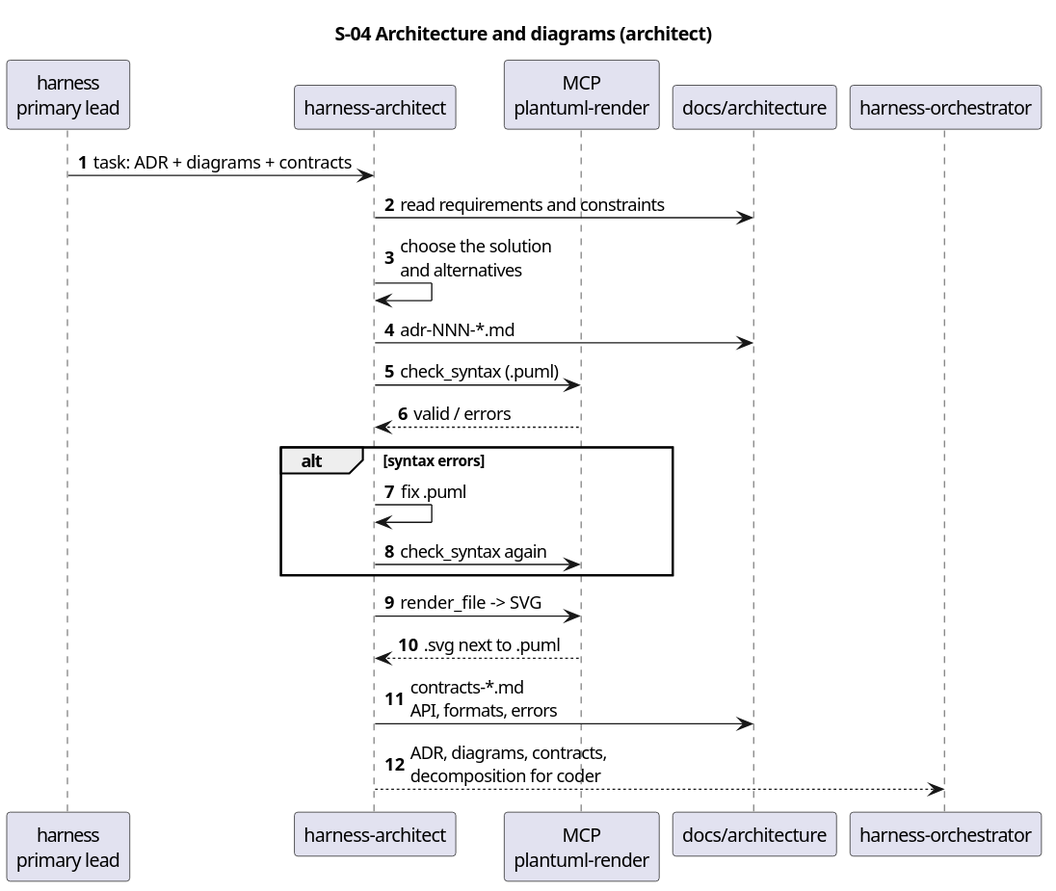
The PlantUML diagram docs/description/diagrams/seq-04-architect.svg in serge-sasov/harness, before a commit.
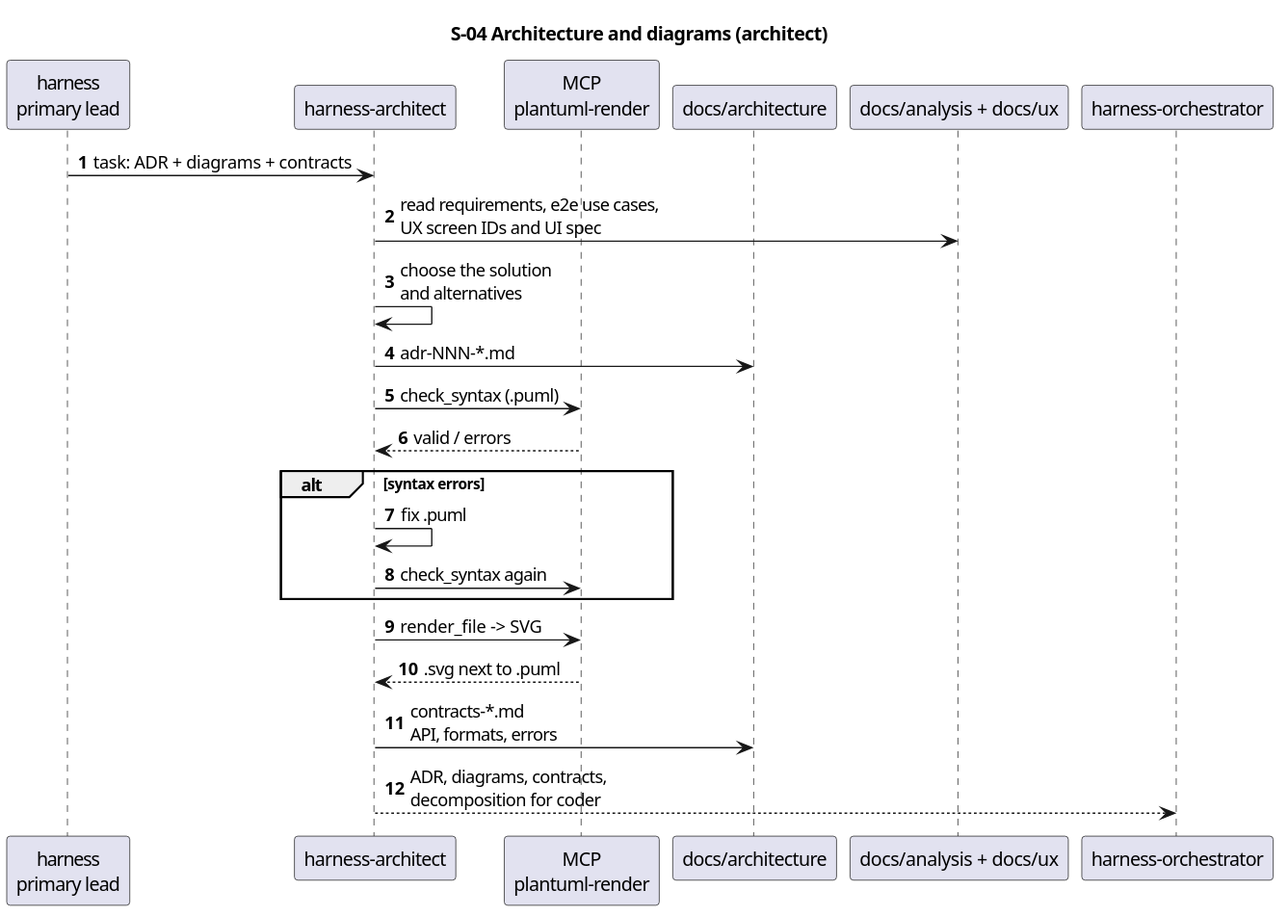
Above is the later version.

Diff of the diagram source:
```diff
@@ -7,10 +7,11 @@
 participant "harness-architect" as arch
 participant "MCP\nplantuml-render" as mcp
 participant "docs/architecture" as docs
+participant "docs/analysis + docs/ux" as inputs
 participant "harness-orchestrator" as orch
 
 primary -> arch : task: ADR + diagrams + contracts
-arch -> docs : read requirements and constraints
+arch -> inputs : read requirements, e2e use cases,\nUX screen IDs and UI spec
 arch -> arch : choose the solution\nand alternatives
 arch -> docs : adr-NNN-*.md
 arch -> mcp : check_syntax (.puml)
```
